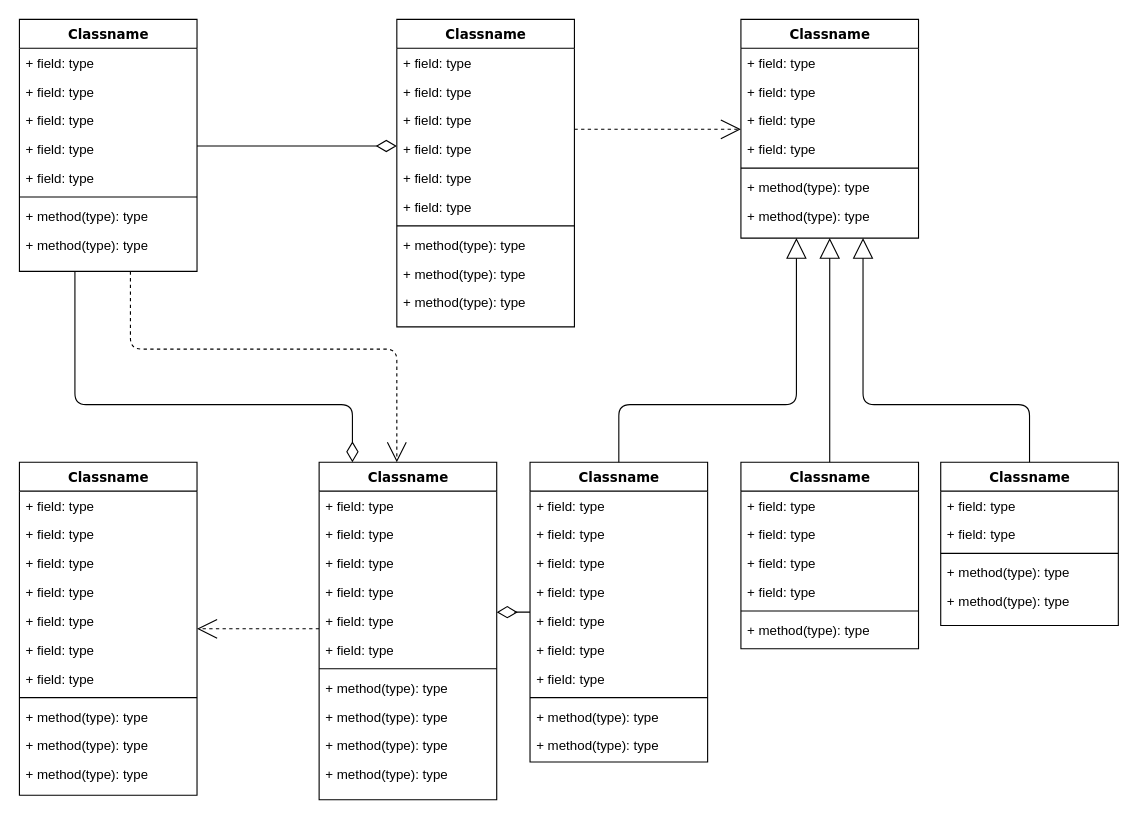
Earlier version of the draw.io diagram ERP-UML.drawio (0-ToniK-0/ERP-UML). Source tidied: cells renumbered, new cells numbered last; positions are measured from the earlier drawing's top-left corner, leaving out a move shared by most shapes. Both pictures are drawn from the tidied source at 111%, with x=0, y=0 at pixel (19, 19).
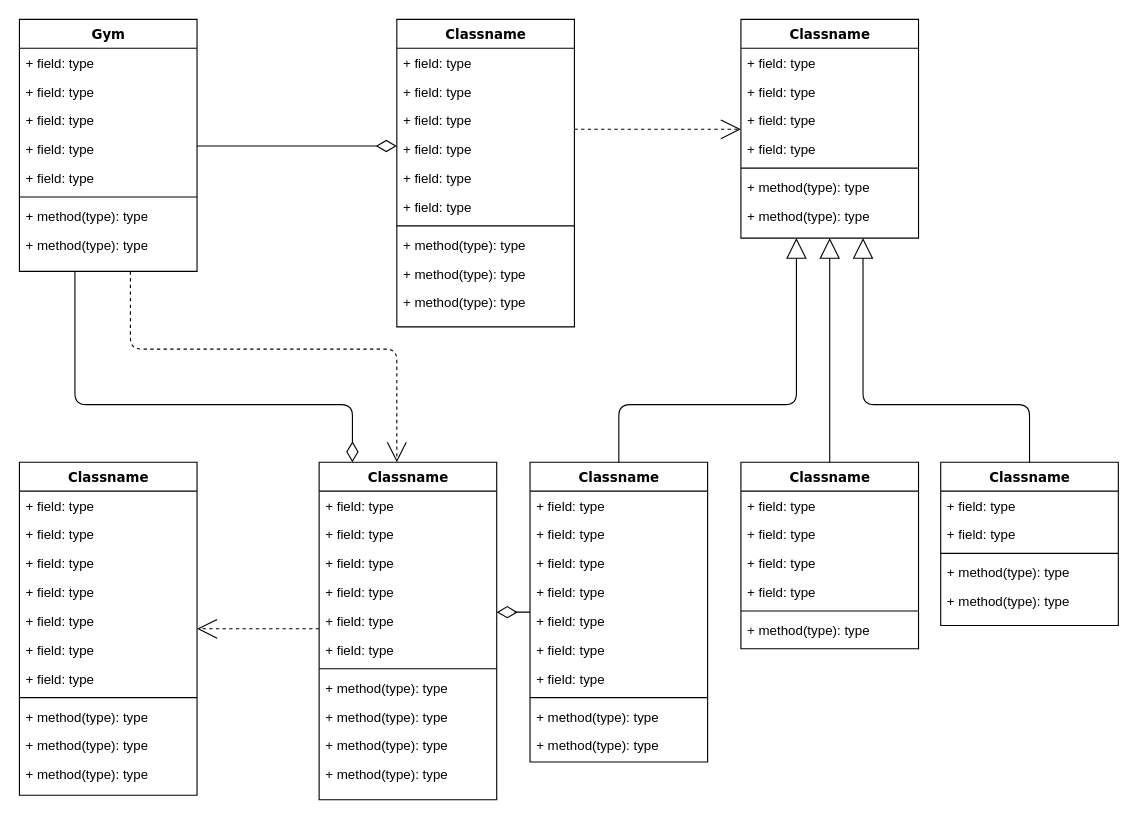
The same diagram, later.

What changed in the source:
```diff
@@
-    <mxCell id="4" value="Classname" style="swimlane;html=1;fontStyle=1;align=center;verticalAlign=top;horizontal=1;startSize=26;swimlaneFillColor=#ffffff;rounded=0;shadow=0;comic=0;labelBackgroundColor=none;strokeWidth=1;fillColor=none;fontFamily=Verdana;fontSize=12;" parent="1" vertex="1">
+    <mxCell id="4" value="Gym" style="swimlane;html=1;fontStyle=1;align=center;verticalAlign=top;horizontal=1;startSize=26;swimlaneFillColor=#ffffff;rounded=0;shadow=0;comic=0;labelBackgroundColor=none;strokeWidth=1;fillColor=none;fontFamily=Verdana;fontSize=12;" parent="1" vertex="1">
       <mxGeometry width="160" height="227" as="geometry" />
     </mxCell>
```
